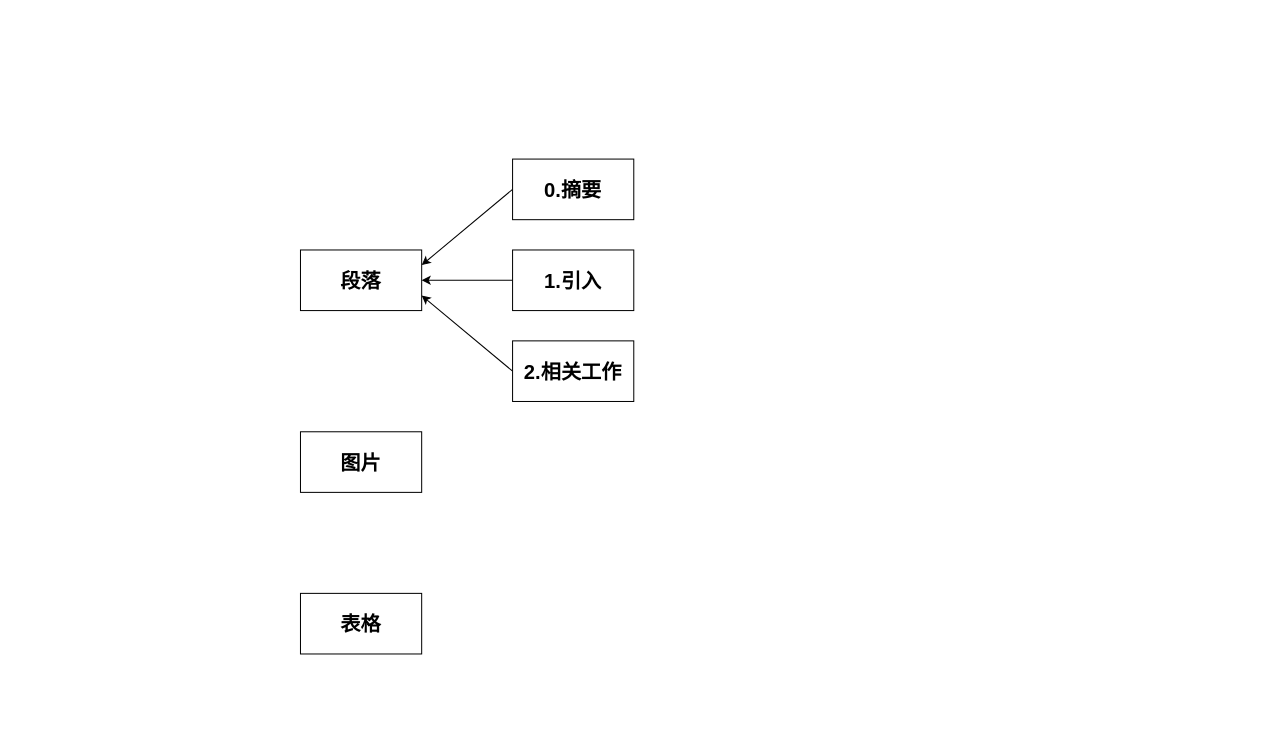
Before: 构建思路.drawio in ShellRedia/PaperConclusion, a draw.io diagram. Source tidied: cells renumbered, new cells numbered last; positions are measured from the earlier drawing's top-left corner, leaving out a move shared by most shapes. Both pictures are drawn from the tidied source at 101%, with x=0, y=0 at pixel (300, 159).
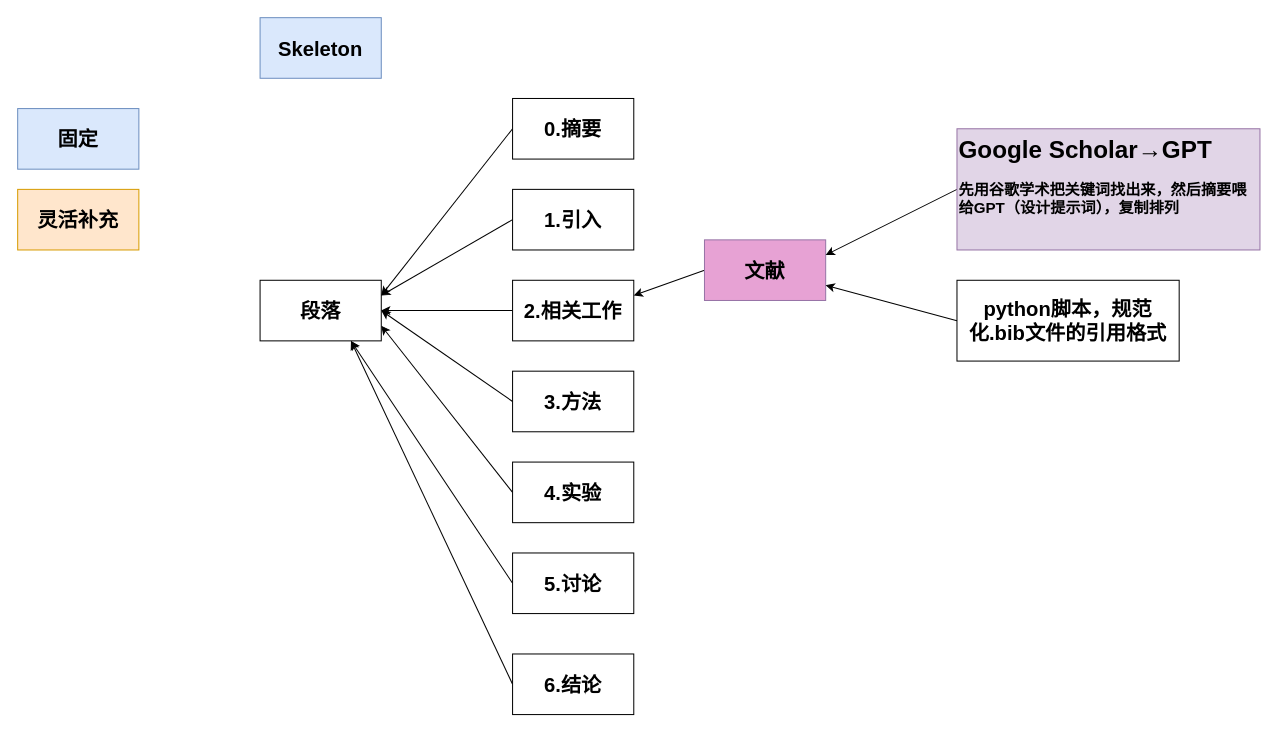
After the change.

Commit message (it also covers changes not shown here):
更新构建思路.drawio

The edit, as a diff of the source:
```diff
@@
     <mxCell id="2" value="&lt;font style=&quot;font-size: 20px;&quot;&gt;&lt;b&gt;段落&lt;/b&gt;&lt;/font&gt;" style="rounded=0;whiteSpace=wrap;html=1;" parent="1" vertex="1">
-      <mxGeometry y="90" width="120" height="60" as="geometry" />
+      <mxGeometry x="-40" y="120" width="120" height="60" as="geometry" />
     </mxCell>
-    <mxCell id="3" value="&lt;font style=&quot;font-size: 20px;&quot;&gt;&lt;b&gt;图片&lt;/b&gt;&lt;/font&gt;" style="rounded=0;whiteSpace=wrap;html=1;" parent="1" vertex="1">
-      <mxGeometry y="270" width="120" height="60" as="geometry" />
+    <mxCell id="3" value="&lt;span style=&quot;font-size: 20px;&quot;&gt;&lt;b&gt;灵活补充&lt;/b&gt;&lt;/span&gt;" style="rounded=0;whiteSpace=wrap;html=1;fillColor=#ffe6cc;strokeColor=#d79b00;" parent="1" vertex="1">
+      <mxGeometry x="-280" y="30" width="120" height="60" as="geometry" />
     </mxCell>
+    <mxCell id="11" style="edgeStyle=none;rounded=0;jettySize=auto;html=1;exitX=0;exitY=0.5;exitDx=0;exitDy=0;entryX=1;entryY=0.75;entryDx=0;entryDy=0;" parent="1" edge="1" source="4" target="2">
+      <mxGeometry relative="1" as="geometry" />
+    </mxCell>
-    <mxCell id="4" value="&lt;font style=&quot;font-size: 20px;&quot;&gt;&lt;b&gt;表格&lt;/b&gt;&lt;/font&gt;" style="rounded=0;whiteSpace=wrap;html=1;" parent="1" vertex="1">
-      <mxGeometry y="430" width="120" height="60" as="geometry" />
+    <mxCell id="4" value="&lt;font style=&quot;font-size: 20px;&quot;&gt;&lt;b&gt;4.实验&lt;/b&gt;&lt;/font&gt;" style="rounded=0;whiteSpace=wrap;html=1;" parent="1" vertex="1">
+      <mxGeometry x="210" y="300" width="120" height="60" as="geometry" />
     </mxCell>
@@
     <mxCell id="6" value="&lt;span style=&quot;font-size: 20px;&quot;&gt;&lt;b&gt;0.摘要&lt;/b&gt;&lt;/span&gt;" style="rounded=0;whiteSpace=wrap;html=1;" parent="1" vertex="1">
-      <mxGeometry x="210" width="120" height="60" as="geometry" />
+      <mxGeometry x="210" y="-60" width="120" height="60" as="geometry" />
     </mxCell>
-    <mxCell id="7" style="edgeStyle=none;rounded=0;jettySize=auto;html=1;exitX=0;exitY=0.5;exitDx=0;exitDy=0;entryX=1;entryY=0.5;entryDx=0;entryDy=0;" parent="1" edge="1" source="8" target="2">
+    <mxCell id="7" style="edgeStyle=none;rounded=0;jettySize=auto;html=1;exitX=0;exitY=0.5;exitDx=0;exitDy=0;entryX=1;entryY=0.25;entryDx=0;entryDy=0;" parent="1" edge="1" source="8" target="2">
       <mxGeometry relative="1" as="geometry" />
     </mxCell>
     <mxCell id="8" value="&lt;font style=&quot;font-size: 20px;&quot;&gt;&lt;b&gt;1.引入&lt;/b&gt;&lt;/font&gt;" style="rounded=0;whiteSpace=wrap;html=1;" parent="1" vertex="1">
-      <mxGeometry x="210" y="90" width="120" height="60" as="geometry" />
+      <mxGeometry x="210" y="30" width="120" height="60" as="geometry" />
     </mxCell>
-    <mxCell id="9" style="edgeStyle=none;rounded=0;jettySize=auto;html=1;exitX=0;exitY=0.5;exitDx=0;exitDy=0;entryX=1;entryY=0.75;entryDx=0;entryDy=0;" parent="1" edge="1" source="10" target="2">
+    <mxCell id="9" style="edgeStyle=none;rounded=0;jettySize=auto;html=1;exitX=0;exitY=0.5;exitDx=0;exitDy=0;entryX=1;entryY=0.5;entryDx=0;entryDy=0;" parent="1" edge="1" source="10" target="2">
       <mxGeometry relative="1" as="geometry" />
     </mxCell>
     <mxCell id="10" value="&lt;font style=&quot;font-size: 20px;&quot;&gt;&lt;b&gt;2.相关工作&lt;/b&gt;&lt;/font&gt;" style="rounded=0;whiteSpace=wrap;html=1;" parent="1" vertex="1">
-      <mxGeometry x="210" y="180" width="120" height="60" as="geometry" />
+      <mxGeometry x="210" y="120" width="120" height="60" as="geometry" />
     </mxCell>
+    <mxCell id="12" style="edgeStyle=none;rounded=0;jettySize=auto;html=1;exitX=0;exitY=0.5;exitDx=0;exitDy=0;entryX=1;entryY=0.25;entryDx=0;entryDy=0;" parent="1" edge="1" source="13" target="10">
+      <mxGeometry relative="1" as="geometry" />
+    </mxCell>
+    <mxCell id="13" value="&lt;font style=&quot;font-size: 20px;&quot;&gt;&lt;b&gt;文献&lt;/b&gt;&lt;/font&gt;" style="rounded=0;whiteSpace=wrap;html=1;fillColor=#E7A2D4;strokeColor=#9673a6;" parent="1" vertex="1">
+      <mxGeometry x="400" y="80" width="120" height="60" as="geometry" />
+    </mxCell>
+    <mxCell id="14" style="edgeStyle=none;rounded=0;jettySize=auto;html=1;exitX=0;exitY=0.5;exitDx=0;exitDy=0;entryX=1;entryY=0.5;entryDx=0;entryDy=0;" parent="1" edge="1" source="15" target="2">
+      <mxGeometry relative="1" as="geometry" />
+    </mxCell>
+    <mxCell id="15" value="&lt;font style=&quot;font-size: 20px;&quot;&gt;&lt;b&gt;3.方法&lt;/b&gt;&lt;/font&gt;" style="rounded=0;whiteSpace=wrap;html=1;" parent="1" vertex="1">
+      <mxGeometry x="210" y="210" width="120" height="60" as="geometry" />
+    </mxCell>
+    <mxCell id="16" value="&lt;font style=&quot;font-size: 20px;&quot;&gt;&lt;b&gt;固定&lt;/b&gt;&lt;/font&gt;" style="rounded=0;whiteSpace=wrap;html=1;fillColor=#dae8fc;strokeColor=#6c8ebf;" parent="1" vertex="1">
+      <mxGeometry x="-280" y="-50" width="120" height="60" as="geometry" />
+    </mxCell>
+    <mxCell id="17" style="edgeStyle=none;rounded=0;jettySize=auto;html=1;exitX=0;exitY=0.5;exitDx=0;exitDy=0;entryX=1;entryY=0.25;entryDx=0;entryDy=0;" parent="1" edge="1" source="18" target="13">
+      <mxGeometry relative="1" as="geometry" />
+    </mxCell>
+    <mxCell id="18" value="&lt;h1 style=&quot;margin-top: 0px;&quot;&gt;Google Scholar→GPT&lt;/h1&gt;&lt;p&gt;&lt;font style=&quot;font-size: 15px;&quot;&gt;&lt;b&gt;先用谷歌学术把关键词找出来，然后摘要喂给GPT（设计提示词），复制排列&lt;/b&gt;&lt;/font&gt;&lt;/p&gt;" style="text;html=1;whiteSpace=wrap;overflow=hidden;rounded=0;fillColor=#e1d5e7;strokeColor=#9673a6;" parent="1" vertex="1">
+      <mxGeometry x="650" y="-30" width="300" height="120" as="geometry" />
+    </mxCell>
+    <mxCell id="19" style="edgeStyle=none;rounded=0;jettySize=auto;html=1;exitX=0;exitY=0.5;exitDx=0;exitDy=0;entryX=0.75;entryY=1;entryDx=0;entryDy=0;" parent="1" edge="1" source="20" target="2">
+      <mxGeometry relative="1" as="geometry" />
+    </mxCell>
+    <mxCell id="20" value="&lt;font style=&quot;font-size: 20px;&quot;&gt;&lt;b&gt;5.讨论&lt;/b&gt;&lt;/font&gt;" style="rounded=0;whiteSpace=wrap;html=1;" parent="1" vertex="1">
+      <mxGeometry x="210" y="390" width="120" height="60" as="geometry" />
+    </mxCell>
+    <mxCell id="21" style="edgeStyle=none;rounded=0;jettySize=auto;html=1;exitX=0;exitY=0.5;exitDx=0;exitDy=0;entryX=0.75;entryY=1;entryDx=0;entryDy=0;" parent="1" edge="1" source="22" target="2">
+      <mxGeometry relative="1" as="geometry" />
+    </mxCell>
+    <mxCell id="22" value="&lt;font style=&quot;font-size: 20px;&quot;&gt;&lt;b&gt;6.结论&lt;/b&gt;&lt;/font&gt;" style="rounded=0;whiteSpace=wrap;html=1;" parent="1" vertex="1">
+      <mxGeometry x="210" y="490" width="120" height="60" as="geometry" />
+    </mxCell>
+    <mxCell id="23" value="&lt;font style=&quot;font-size: 20px;&quot;&gt;&lt;b&gt;python脚本，规范化.bib文件的引用格式&lt;/b&gt;&lt;/font&gt;" style="rounded=0;whiteSpace=wrap;html=1;" parent="1" vertex="1">
+      <mxGeometry x="650" y="120" width="220" height="80" as="geometry" />
+    </mxCell>
+    <mxCell id="24" style="edgeStyle=none;rounded=0;jettySize=auto;html=1;exitX=0;exitY=0.5;exitDx=0;exitDy=0;entryX=1;entryY=0.75;entryDx=0;entryDy=0;" parent="1" edge="1" source="23" target="13">
+      <mxGeometry relative="1" as="geometry" />
+    </mxCell>
+    <mxCell id="25" value="&lt;font style=&quot;font-size: 20px;&quot;&gt;&lt;b&gt;Skeleton&lt;/b&gt;&lt;/font&gt;" style="rounded=0;whiteSpace=wrap;html=1;fillColor=#dae8fc;strokeColor=#6c8ebf;" parent="1" vertex="1">
+      <mxGeometry x="-40" y="-140" width="120" height="60" as="geometry" />
+    </mxCell>
```
